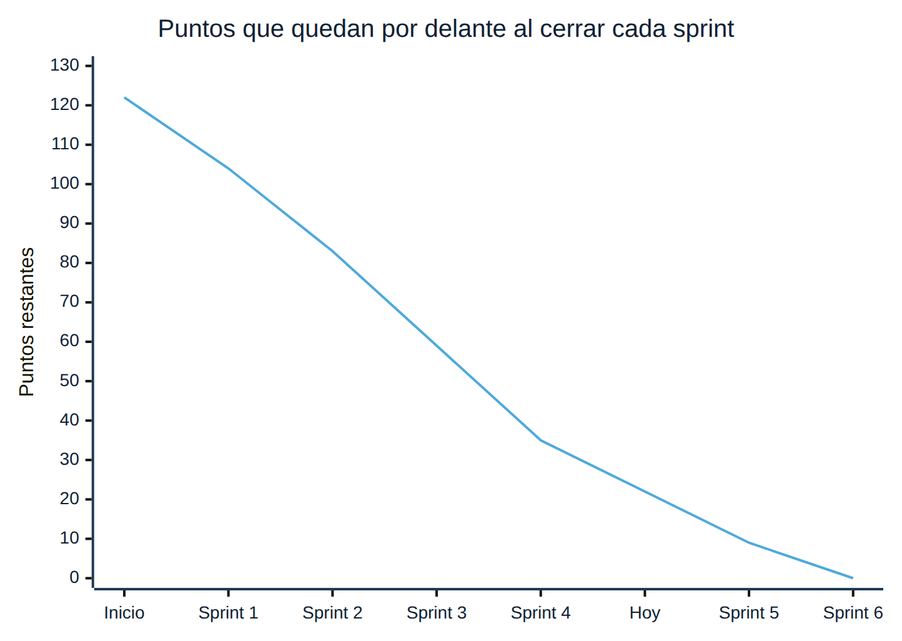
This is Gráficas/imagenes/avance-2.png from Alexander-hub-co/Fundamentos_Ing_SW, a Mermaid export, as it was before one commit. Its source is kept beside it as Gráficas/fuentes/avance-2.mmd.
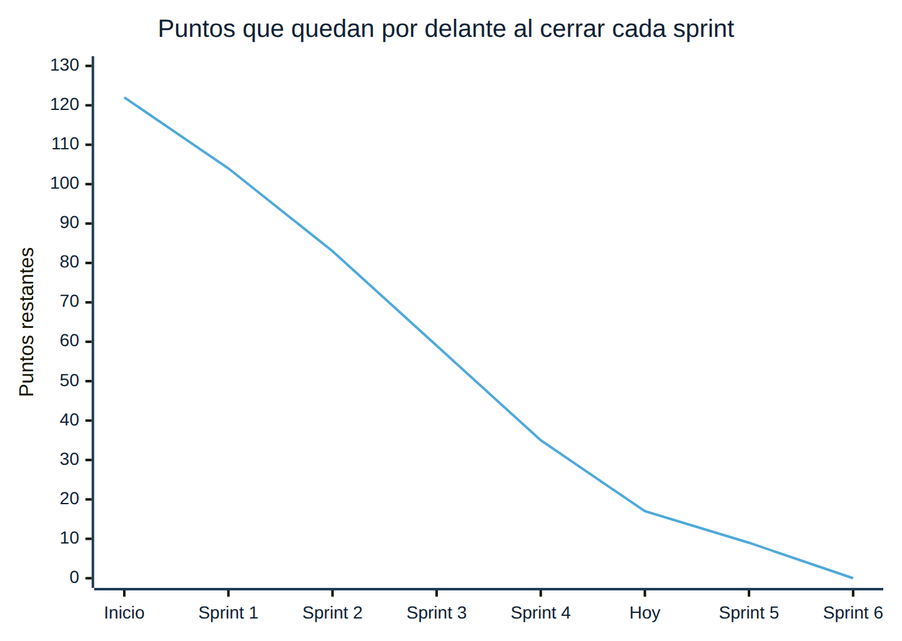
After the commit.

Diff of the diagram source:
```diff
@@ -2,4 +2,4 @@
     title "Puntos que quedan por delante al cerrar cada sprint"
     x-axis ["Inicio", "Sprint 1", "Sprint 2", "Sprint 3", "Sprint 4", "Hoy", "Sprint 5", "Sprint 6"]
     y-axis "Puntos restantes" 0 --> 130
-    line [122, 104, 83, 59, 35, 22, 9, 0]
+    line [122, 104, 83, 59, 35, 17, 9, 0]
```
